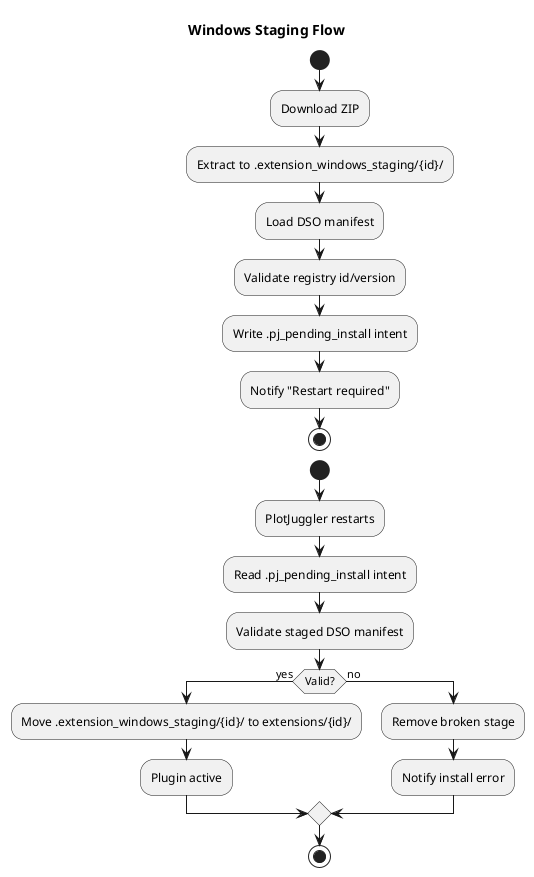
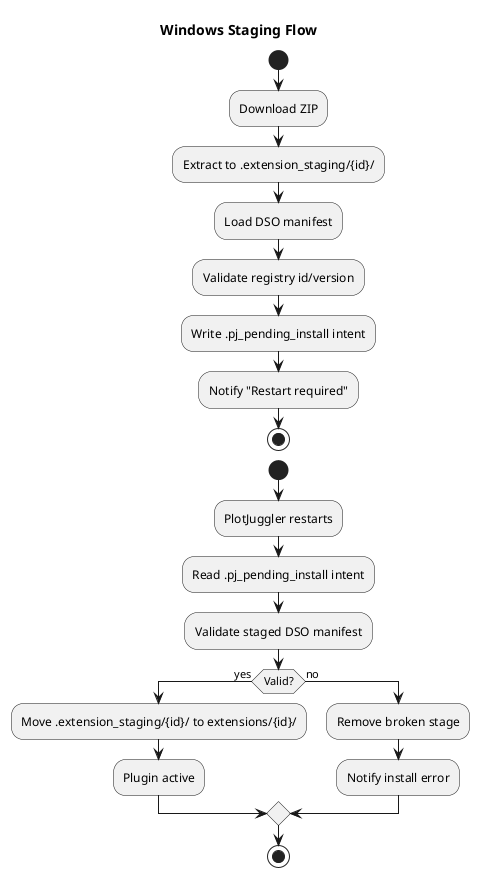
@startuml
skinparam backgroundColor white

title Windows Staging Flow

start
:Download ZIP;
- :Extract to .extension_windows_staging/{id}/;
+ :Extract to .extension_staging/{id}/;
:Load DSO manifest;
:Validate registry id/version;
:Write .pj_pending_install intent;
:Notify "Restart required";
stop

start
:PlotJuggler restarts;
:Read .pj_pending_install intent;
:Validate staged DSO manifest;
if (Valid?) then (yes)
- :Move .extension_windows_staging/{id}/ to extensions/{id}/;
+ :Move .extension_staging/{id}/ to extensions/{id}/;
  :Plugin active;
else (no)
  :Remove broken stage;
  :Notify install error;
endif
stop
@enduml
